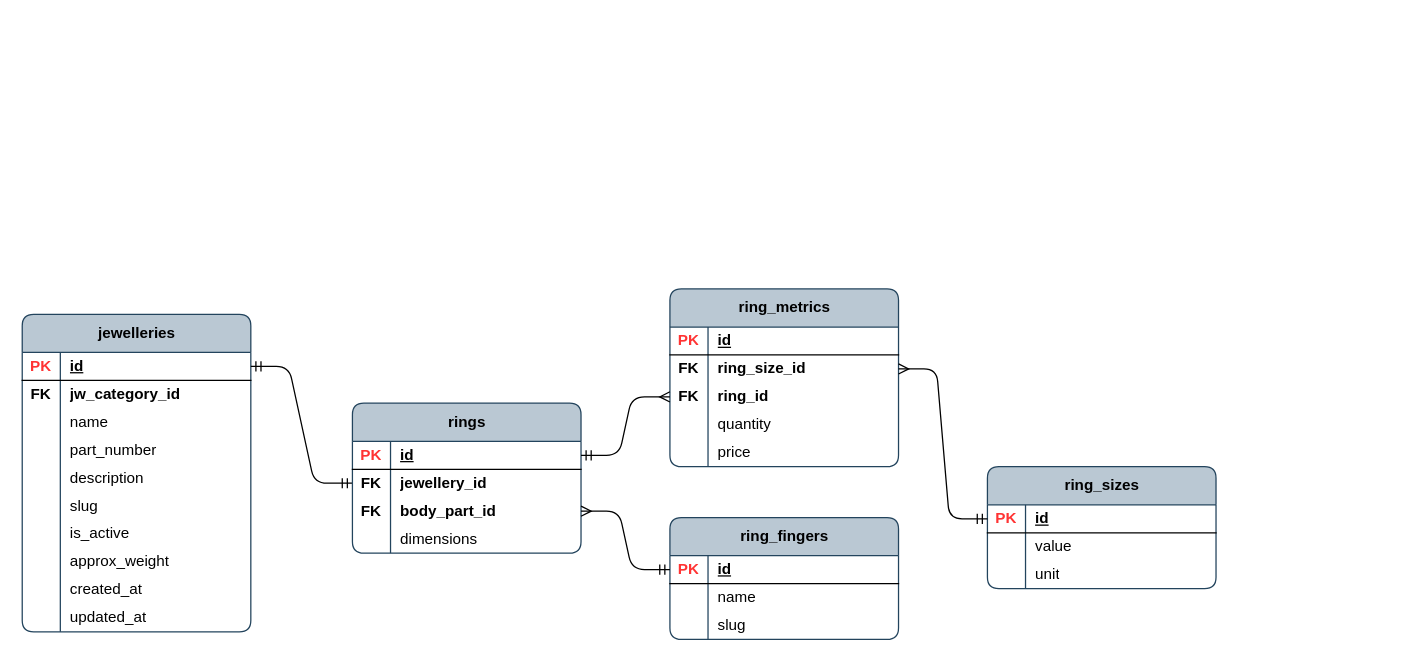
Before: page "jw_ring_props" (7 of 14) of publisher/laravel-app/psql_jewellery_items.drawio in Local-development-environment/msg-brokers-publisher-consumer, a draw.io diagram. Source tidied: cells renumbered, new cells numbered last; positions are measured from the earlier drawing's top-left corner, leaving out a move shared by most shapes. Both pictures are drawn from the tidied source at 127%, with x=0, y=0 at pixel (22, 288).
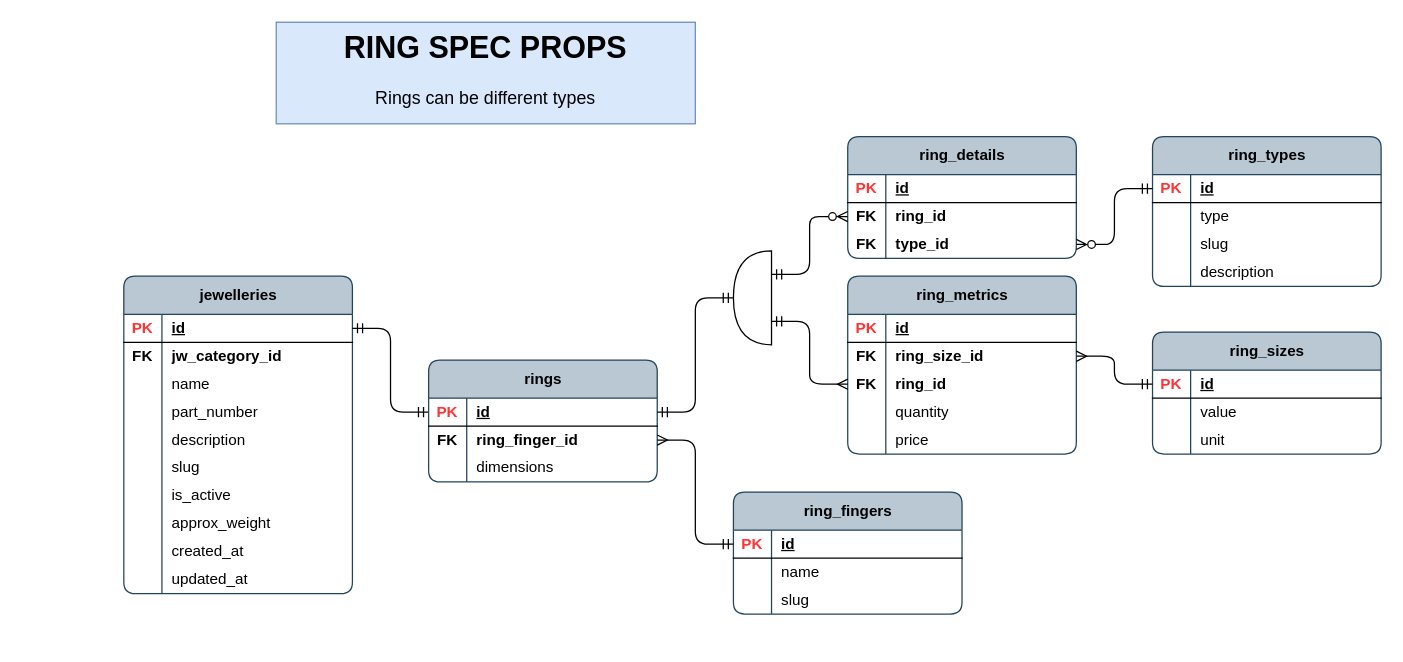
After the change.

Unchanged cells that the change refers to:
```xml
<mxCell id="3" style="shape=tableRow;horizontal=0;startSize=0;swimlaneHead=0;swimlaneBody=0;fillColor=none;points=[[0,0.5],[1,0.5]];portConstraint=eastwest;top=0;left=0;right=0;bottom=1;rounded=1;" parent="2" vertex="1">
  <mxGeometry y="30" width="180" height="22" as="geometry" />
</mxCell>
<mxCell id="35" style="shape=tableRow;horizontal=0;startSize=0;swimlaneHead=0;swimlaneBody=0;fillColor=none;points=[[0,0.5],[1,0.5]];portConstraint=eastwest;top=0;left=0;right=0;bottom=1;rounded=0;" parent="34" vertex="1">
  <mxGeometry y="30" width="180" height="22" as="geometry" />
</mxCell>
<mxCell id="51" style="shape=tableRow;horizontal=0;startSize=0;swimlaneHead=0;swimlaneBody=0;fillColor=none;points=[[0,0.5],[1,0.5]];portConstraint=eastwest;top=0;left=0;right=0;bottom=0;rounded=0;" parent="47" vertex="1">
  <mxGeometry y="52" width="180" height="22" as="geometry" />
</mxCell>
<mxCell id="54" style="shape=tableRow;horizontal=0;startSize=0;swimlaneHead=0;swimlaneBody=0;fillColor=none;points=[[0,0.5],[1,0.5]];portConstraint=eastwest;top=0;left=0;right=0;bottom=0;rounded=0;" parent="47" vertex="1">
  <mxGeometry y="74" width="180" height="22" as="geometry" />
</mxCell>
<mxCell id="65" style="shape=tableRow;horizontal=0;startSize=0;swimlaneHead=0;swimlaneBody=0;fillColor=none;points=[[0,0.5],[1,0.5]];portConstraint=eastwest;top=0;left=0;right=0;bottom=1;rounded=0;" parent="64" vertex="1">
  <mxGeometry y="30" width="180" height="22" as="geometry" />
</mxCell>
```

What changed in the source:
```diff
@@
     <mxCell id="2" value="jewelleries" style="shape=table;startSize=30;childLayout=tableLayout;rowLines=0;fontStyle=1;align=center;html=1;rounded=1;swimlaneFillColor=none;fillColor=#bac8d3;strokeColor=#23445d;columnLines=1;arcSize=10;" parent="1" vertex="1">
-      <mxGeometry y="20" width="180" height="250" as="geometry" />
+      <mxGeometry x="80" y="-10" width="180" height="250" as="geometry" />
     </mxCell>
@@
-    <mxCell id="33" style="edgeStyle=entityRelationEdgeStyle;fontSize=12;html=1;endArrow=ERmandOne;startArrow=ERmandOne;rounded=1;curved=0;exitX=1;exitY=0.5;exitDx=0;exitDy=0;entryX=0;entryY=0.5;entryDx=0;entryDy=0;" parent="1" edge="1" source="3" target="38">
+    <mxCell id="33" style="edgeStyle=entityRelationEdgeStyle;fontSize=12;html=1;endArrow=ERmandOne;startArrow=ERmandOne;rounded=1;curved=0;exitX=1;exitY=0.5;exitDx=0;exitDy=0;entryX=0;entryY=0.5;entryDx=0;entryDy=0;" parent="1" edge="1" source="3" target="35">
       <mxGeometry relative="1" as="geometry" />
     </mxCell>
     <mxCell id="34" value="rings" style="shape=table;startSize=30;childLayout=tableLayout;rowLines=0;fontStyle=1;align=center;html=1;rounded=1;swimlaneFillColor=none;fillColor=#bac8d3;strokeColor=#23445d;columnLines=1;arcSize=10;" parent="1" vertex="1">
-      <mxGeometry x="260" y="90" width="180" height="118" as="geometry" />
+      <mxGeometry x="320" y="56" width="180" height="96" as="geometry" />
     </mxCell>
@@
-    <mxCell id="38" style="shape=tableRow;horizontal=0;startSize=0;swimlaneHead=0;swimlaneBody=0;fillColor=none;points=[[0,0.5],[1,0.5]];portConstraint=eastwest;top=0;left=0;right=0;bottom=0;rounded=0;" parent="34" vertex="1">
-      <mxGeometry y="52" width="180" height="22" as="geometry" />
-    </mxCell>
-    <mxCell id="39" value="&lt;b&gt;FK&lt;/b&gt;" style="shape=partialRectangle;fillColor=none;top=0;left=0;bottom=0;right=0;overflow=hidden;whiteSpace=wrap;html=1;" parent="38" vertex="1">
-      <mxGeometry width="30" height="22" as="geometry" />
-    </mxCell>
-    <mxCell id="40" value="&lt;b&gt;jewellery_id&lt;/b&gt;" style="shape=partialRectangle;fillColor=none;top=0;left=0;bottom=0;right=0;align=left;spacingLeft=6;overflow=hidden;whiteSpace=wrap;html=1;" parent="38" vertex="1">
-      <mxGeometry x="30" width="150" height="22" as="geometry" />
-    </mxCell>
     <mxCell id="41" style="shape=tableRow;horizontal=0;startSize=0;swimlaneHead=0;swimlaneBody=0;fillColor=none;points=[[0,0.5],[1,0.5]];portConstraint=eastwest;top=0;left=0;right=0;bottom=0;rounded=0;" parent="34" vertex="1">
-      <mxGeometry y="74" width="180" height="22" as="geometry" />
+      <mxGeometry y="52" width="180" height="22" as="geometry" />
     </mxCell>
@@
-    <mxCell id="43" value="&lt;b&gt;body_part_id&lt;/b&gt;" style="shape=partialRectangle;fillColor=none;top=0;left=0;bottom=0;right=0;align=left;spacingLeft=6;overflow=hidden;whiteSpace=wrap;html=1;" parent="41" vertex="1">
+    <mxCell id="43" value="&lt;b&gt;ring_finger_id&lt;/b&gt;" style="shape=partialRectangle;fillColor=none;top=0;left=0;bottom=0;right=0;align=left;spacingLeft=6;overflow=hidden;whiteSpace=wrap;html=1;" parent="41" vertex="1">
       <mxGeometry x="30" width="150" height="22" as="geometry" />
     </mxCell>
     <mxCell id="44" style="shape=tableRow;horizontal=0;startSize=0;swimlaneHead=0;swimlaneBody=0;fillColor=none;top=0;left=0;right=0;bottom=0;rounded=0;" parent="34" vertex="1">
-      <mxGeometry y="96" width="180" height="22" as="geometry" />
+      <mxGeometry y="74" width="180" height="22" as="geometry" />
     </mxCell>
@@
     <mxCell id="47" value="ring_metrics" style="shape=table;startSize=30;childLayout=tableLayout;rowLines=0;fontStyle=1;align=center;html=1;rounded=1;swimlaneFillColor=none;fillColor=#bac8d3;strokeColor=#23445d;columnLines=1;arcSize=10;" parent="1" vertex="1">
-      <mxGeometry x="510" width="180" height="140" as="geometry" />
+      <mxGeometry x="650" y="-10" width="180" height="140" as="geometry" />
     </mxCell>
@@
-    <mxCell id="63" style="edgeStyle=entityRelationEdgeStyle;fontSize=12;html=1;endArrow=ERmany;rounded=1;curved=0;exitX=1;exitY=0.5;exitDx=0;exitDy=0;entryX=0;entryY=0.5;entryDx=0;entryDy=0;startArrow=ERmandOne;startFill=0;" parent="1" edge="1" source="35" target="54">
+    <mxCell id="63" style="edgeStyle=entityRelationEdgeStyle;fontSize=12;html=1;endArrow=ERmany;rounded=1;curved=0;entryX=0;entryY=0.5;entryDx=0;entryDy=0;startArrow=ERmandOne;startFill=0;exitX=0;exitY=0.25;exitDx=0;exitDy=0;exitPerimeter=0;" parent="1" edge="1" source="96" target="54">
       <mxGeometry relative="1" as="geometry" />
     </mxCell>
     <mxCell id="64" value="ring_sizes" style="shape=table;startSize=30;childLayout=tableLayout;rowLines=0;fontStyle=1;align=center;html=1;rounded=1;swimlaneFillColor=none;fillColor=#bac8d3;strokeColor=#23445d;columnLines=1;arcSize=10;" parent="1" vertex="1">
-      <mxGeometry x="760" y="140" width="180" height="96" as="geometry" />
+      <mxGeometry x="890" y="34" width="180" height="96" as="geometry" />
     </mxCell>
@@
-    <mxCell id="74" style="edgeStyle=entityRelationEdgeStyle;fontSize=12;html=1;endArrow=ERmany;rounded=1;curved=0;exitX=0;exitY=0.5;exitDx=0;exitDy=0;entryX=1;entryY=0.5;entryDx=0;entryDy=0;startArrow=ERmandOne;startFill=0;" parent="1" edge="1" source="65" target="51">
+    <mxCell id="74" style="edgeStyle=entityRelationEdgeStyle;fontSize=12;html=1;endArrow=ERmany;rounded=1;curved=0;entryX=1;entryY=0.5;entryDx=0;entryDy=0;startArrow=ERmandOne;startFill=0;exitX=0;exitY=0.5;exitDx=0;exitDy=0;" parent="1" edge="1" source="65" target="51">
       <mxGeometry relative="1" as="geometry" />
     </mxCell>
     <mxCell id="75" value="ring_fingers" style="shape=table;startSize=30;childLayout=tableLayout;rowLines=0;fontStyle=1;align=center;html=1;rounded=1;swimlaneFillColor=none;fillColor=#bac8d3;strokeColor=#23445d;columnLines=1;arcSize=10;" parent="1" vertex="1">
-      <mxGeometry x="510" y="180" width="180" height="96" as="geometry" />
+      <mxGeometry x="560" y="160" width="180" height="96" as="geometry" />
     </mxCell>
@@
+    <mxCell id="86" value="ring_details" style="shape=table;startSize=30;childLayout=tableLayout;rowLines=0;fontStyle=1;align=center;html=1;rounded=1;swimlaneFillColor=none;fillColor=#bac8d3;strokeColor=#23445d;columnLines=1;arcSize=10;" parent="1" vertex="1">
+      <mxGeometry x="650" y="-120" width="180" height="96" as="geometry" />
+    </mxCell>
+    <mxCell id="87" style="shape=tableRow;horizontal=0;startSize=0;swimlaneHead=0;swimlaneBody=0;fillColor=none;top=0;left=0;right=0;bottom=1;rounded=0;" parent="86" vertex="1">
+      <mxGeometry y="30" width="180" height="22" as="geometry" />
+    </mxCell>
+    <mxCell id="88" value="&lt;font color=&quot;#ff3333&quot;&gt;PK&lt;/font&gt;" style="shape=partialRectangle;fillColor=none;top=0;left=0;bottom=0;right=0;fontStyle=1;overflow=hidden;whiteSpace=wrap;html=1;" parent="87" vertex="1">
+      <mxGeometry width="30" height="22" as="geometry" />
+    </mxCell>
+    <mxCell id="89" value="id" style="shape=partialRectangle;fillColor=none;top=0;left=0;bottom=0;right=0;align=left;spacingLeft=6;fontStyle=5;overflow=hidden;whiteSpace=wrap;html=1;" parent="87" vertex="1">
+      <mxGeometry x="30" width="150" height="22" as="geometry" />
+    </mxCell>
+    <mxCell id="90" style="shape=tableRow;horizontal=0;startSize=0;swimlaneHead=0;swimlaneBody=0;fillColor=none;points=[[0,0.5],[1,0.5]];portConstraint=eastwest;top=0;left=0;right=0;bottom=0;rounded=0;" parent="86" vertex="1">
+      <mxGeometry y="52" width="180" height="22" as="geometry" />
+    </mxCell>
+    <mxCell id="91" value="&lt;b&gt;FK&lt;/b&gt;" style="shape=partialRectangle;fillColor=none;top=0;left=0;bottom=0;right=0;overflow=hidden;whiteSpace=wrap;html=1;" parent="90" vertex="1">
+      <mxGeometry width="30" height="22" as="geometry" />
+    </mxCell>
+    <mxCell id="92" value="&lt;b&gt;ring_id&lt;/b&gt;" style="shape=partialRectangle;fillColor=none;top=0;left=0;bottom=0;right=0;align=left;spacingLeft=6;overflow=hidden;whiteSpace=wrap;html=1;" parent="90" vertex="1">
+      <mxGeometry x="30" width="150" height="22" as="geometry" />
+    </mxCell>
+    <mxCell id="93" style="shape=tableRow;horizontal=0;startSize=0;swimlaneHead=0;swimlaneBody=0;fillColor=none;points=[[0,0.5],[1,0.5]];portConstraint=eastwest;top=0;left=0;right=0;bottom=0;rounded=0;fontStyle=1;" parent="86" vertex="1">
+      <mxGeometry y="74" width="180" height="22" as="geometry" />
+    </mxCell>
+    <mxCell id="94" value="&lt;b&gt;FK&lt;/b&gt;" style="shape=partialRectangle;fillColor=none;top=0;left=0;bottom=0;right=0;overflow=hidden;whiteSpace=wrap;html=1;" parent="93" vertex="1">
+      <mxGeometry width="30" height="22" as="geometry" />
+    </mxCell>
+    <mxCell id="95" value="&lt;b&gt;type_id&lt;/b&gt;" style="shape=partialRectangle;fillColor=none;top=0;left=0;bottom=0;right=0;align=left;spacingLeft=6;overflow=hidden;whiteSpace=wrap;html=1;" parent="93" vertex="1">
+      <mxGeometry x="30" width="150" height="22" as="geometry" />
+    </mxCell>
+    <mxCell id="96" style="shape=or;whiteSpace=wrap;html=1;fillColor=none;direction=west;" parent="1" vertex="1">
+      <mxGeometry x="560" y="-30" width="30" height="74" as="geometry" />
+    </mxCell>
+    <mxCell id="97" style="edgeStyle=entityRelationEdgeStyle;fontSize=12;html=1;endArrow=ERmandOne;startArrow=ERmandOne;rounded=1;curved=0;exitX=1;exitY=0.5;exitDx=0;exitDy=0;entryX=1;entryY=0.5;entryDx=0;entryDy=0;entryPerimeter=0;" parent="1" edge="1" source="35" target="96">
+      <mxGeometry relative="1" as="geometry" />
+    </mxCell>
+    <mxCell id="98" value="ring_types" style="shape=table;startSize=30;childLayout=tableLayout;rowLines=0;fontStyle=1;align=center;html=1;rounded=1;swimlaneFillColor=none;fillColor=#bac8d3;strokeColor=#23445d;columnLines=1;arcSize=10;" parent="1" vertex="1">
+      <mxGeometry x="890" y="-120" width="180" height="118" as="geometry" />
+    </mxCell>
+    <mxCell id="99" style="shape=tableRow;horizontal=0;startSize=0;swimlaneHead=0;swimlaneBody=0;fillColor=none;points=[[0,0.5],[1,0.5]];portConstraint=eastwest;top=0;left=0;right=0;bottom=1;rounded=0;" parent="98" vertex="1">
+      <mxGeometry y="30" width="180" height="22" as="geometry" />
+    </mxCell>
+    <mxCell id="100" value="&lt;font color=&quot;#ff3333&quot;&gt;PK&lt;/font&gt;" style="shape=partialRectangle;fillColor=none;top=0;left=0;bottom=0;right=0;fontStyle=1;overflow=hidden;whiteSpace=wrap;html=1;" parent="99" vertex="1">
+      <mxGeometry width="30" height="22" as="geometry" />
+    </mxCell>
+    <mxCell id="101" value="id" style="shape=partialRectangle;fillColor=none;top=0;left=0;bottom=0;right=0;align=left;spacingLeft=6;fontStyle=5;overflow=hidden;whiteSpace=wrap;html=1;" parent="99" vertex="1">
+      <mxGeometry x="30" width="150" height="22" as="geometry" />
+    </mxCell>
+    <mxCell id="102" style="shape=tableRow;horizontal=0;startSize=0;swimlaneHead=0;swimlaneBody=0;fillColor=none;top=0;left=0;right=0;bottom=0;rounded=0;" parent="98" vertex="1">
+      <mxGeometry y="52" width="180" height="22" as="geometry" />
+    </mxCell>
+    <mxCell id="103" style="shape=partialRectangle;fillColor=none;top=0;left=0;bottom=0;right=0;overflow=hidden;whiteSpace=wrap;html=1;" parent="102" vertex="1">
+      <mxGeometry width="30" height="22" as="geometry" />
+    </mxCell>
+    <mxCell id="104" value="type" style="shape=partialRectangle;fillColor=none;top=0;left=0;bottom=0;right=0;align=left;spacingLeft=6;overflow=hidden;whiteSpace=wrap;html=1;" parent="102" vertex="1">
+      <mxGeometry x="30" width="150" height="22" as="geometry" />
+    </mxCell>
+    <mxCell id="105" style="shape=tableRow;horizontal=0;startSize=0;swimlaneHead=0;swimlaneBody=0;fillColor=none;top=0;left=0;right=0;bottom=0;rounded=0;" parent="98" vertex="1">
+      <mxGeometry y="74" width="180" height="22" as="geometry" />
+    </mxCell>
+    <mxCell id="106" style="shape=partialRectangle;fillColor=none;top=0;left=0;bottom=0;right=0;overflow=hidden;whiteSpace=wrap;html=1;" parent="105" vertex="1">
+      <mxGeometry width="30" height="22" as="geometry" />
+    </mxCell>
+    <mxCell id="107" value="slug" style="shape=partialRectangle;fillColor=none;top=0;left=0;bottom=0;right=0;align=left;spacingLeft=6;overflow=hidden;whiteSpace=wrap;html=1;" parent="105" vertex="1">
+      <mxGeometry x="30" width="150" height="22" as="geometry" />
+    </mxCell>
+    <mxCell id="108" style="shape=tableRow;horizontal=0;startSize=0;swimlaneHead=0;swimlaneBody=0;fillColor=none;top=0;left=0;right=0;bottom=0;rounded=0;" parent="98" vertex="1">
+      <mxGeometry y="96" width="180" height="22" as="geometry" />
+    </mxCell>
+    <mxCell id="109" style="shape=partialRectangle;fillColor=none;top=0;left=0;bottom=0;right=0;overflow=hidden;whiteSpace=wrap;html=1;" parent="108" vertex="1">
+      <mxGeometry width="30" height="22" as="geometry" />
+    </mxCell>
+    <mxCell id="110" value="description" style="shape=partialRectangle;fillColor=none;top=0;left=0;bottom=0;right=0;align=left;spacingLeft=6;overflow=hidden;whiteSpace=wrap;html=1;" parent="108" vertex="1">
+      <mxGeometry x="30" width="150" height="22" as="geometry" />
+    </mxCell>
+    <mxCell id="111" style="edgeStyle=entityRelationEdgeStyle;fontSize=12;html=1;endArrow=ERzeroToMany;rounded=1;curved=0;entryX=0;entryY=0.5;entryDx=0;entryDy=0;startArrow=ERmandOne;startFill=0;exitX=0;exitY=0.75;exitDx=0;exitDy=0;exitPerimeter=0;endFill=0;" parent="1" edge="1" source="96" target="90">
+      <mxGeometry relative="1" as="geometry" />
+    </mxCell>
+    <mxCell id="112" style="edgeStyle=entityRelationEdgeStyle;fontSize=12;html=1;endArrow=ERzeroToMany;rounded=1;curved=0;entryX=1;entryY=0.5;entryDx=0;entryDy=0;startArrow=ERmandOne;startFill=0;exitX=0;exitY=0.5;exitDx=0;exitDy=0;endFill=0;" parent="1" edge="1" source="99" target="93">
+      <mxGeometry relative="1" as="geometry" />
+    </mxCell>
+    <mxCell id="113" value="&lt;h1 style=&quot;margin-top: 0px;&quot;&gt;RING SPEC PROPS&lt;/h1&gt;&lt;p&gt;&lt;font style=&quot;font-size: 14px;&quot;&gt;Rings can be different types&lt;/font&gt;&lt;/p&gt;" style="text;html=1;whiteSpace=wrap;overflow=hidden;rounded=0;fillColor=#dae8fc;strokeColor=#6c8ebf;align=center;" parent="1" vertex="1">
+      <mxGeometry x="200" y="-210" width="330" height="80" as="geometry" />
+    </mxCell>
```
